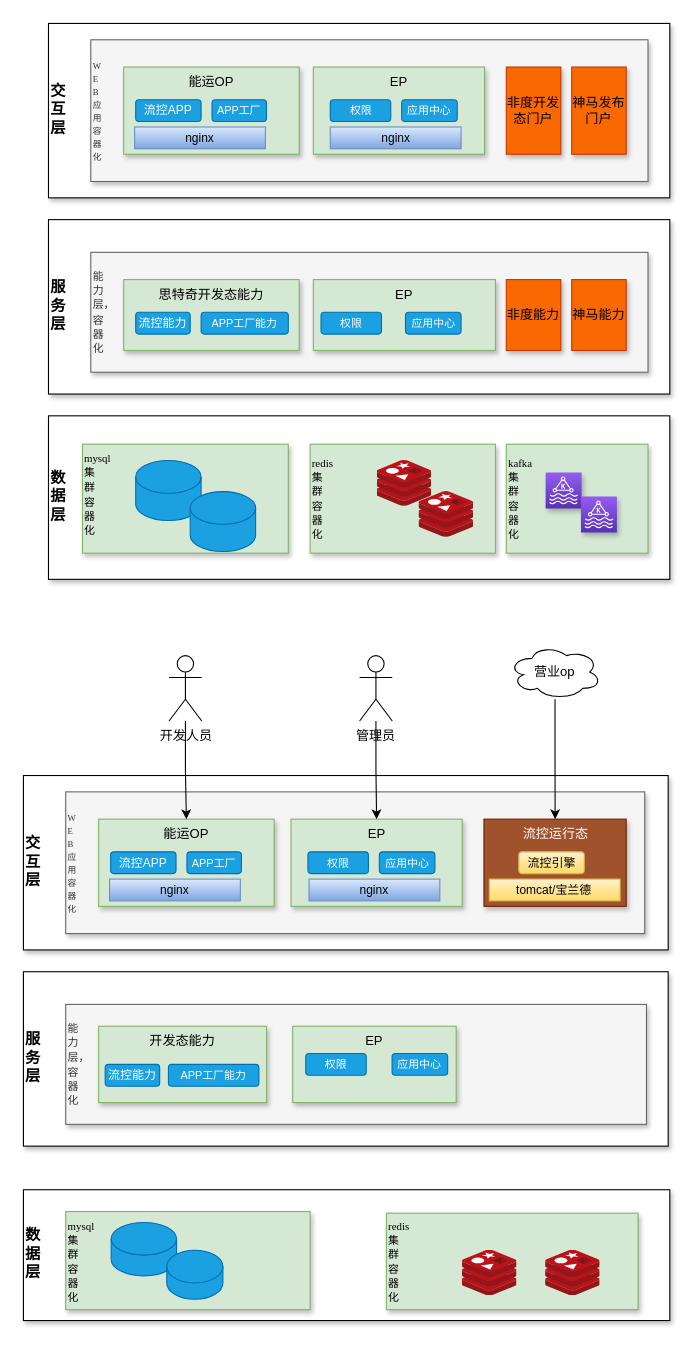
The draw.io diagram page "部署架构-12月底" (6 of 8) of 流控.drawio in qymmdj/draw-io, before the edit. Source tidied: cells renumbered, new cells numbered last; positions are measured from the earlier drawing's top-left corner, leaving out a move shared by most shapes. Both pictures are drawn from the tidied source at 109%, with x=0, y=0 at pixel (23, 23).
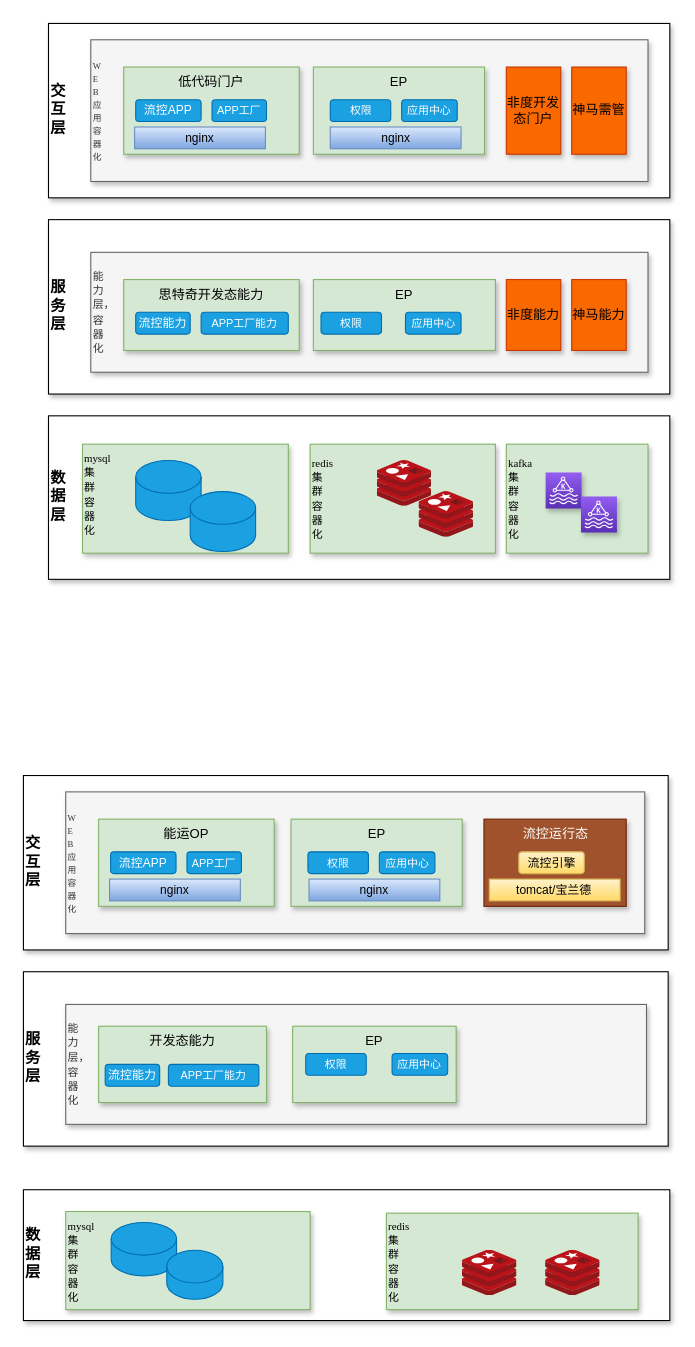
The same page after the edit.

Unchanged cells that the change refers to:
```xml
<mxCell id="38" value="EP" style="rounded=0;whiteSpace=wrap;html=1;verticalAlign=top;fillColor=#d5e8d4;strokeColor=#82b366;shadow=1;" parent="1" vertex="1">
  <mxGeometry x="245.5" y="730" width="157" height="80" as="geometry" />
</mxCell>
<mxCell id="39" value="能运OP" style="rounded=0;whiteSpace=wrap;html=1;verticalAlign=top;fillColor=#d5e8d4;strokeColor=#82b366;shadow=1;" parent="1" vertex="1">
  <mxGeometry x="69" y="730" width="161" height="80" as="geometry" />
</mxCell>
<mxCell id="61" value="流控运行态" style="rounded=0;whiteSpace=wrap;html=1;verticalAlign=top;fillColor=#a0522d;strokeColor=#6D1F00;shadow=1;fontColor=#ffffff;" parent="1" vertex="1">
  <mxGeometry x="422.5" y="730" width="130.5" height="80" as="geometry" />
</mxCell>
```

What changed in the source:
```diff
@@
-    <mxCell id="10" value="能运OP" style="rounded=0;whiteSpace=wrap;html=1;verticalAlign=top;fillColor=#d5e8d4;strokeColor=#82b366;shadow=1;" parent="1" vertex="1">
+    <mxCell id="10" value="低代码门户" style="rounded=0;whiteSpace=wrap;html=1;verticalAlign=top;fillColor=#d5e8d4;strokeColor=#82b366;shadow=1;" parent="1" vertex="1">
       <mxGeometry x="92" y="40" width="161" height="80" as="geometry" />
     </mxCell>
@@
-    <mxCell id="16" value="神马发布门户" style="rounded=0;whiteSpace=wrap;html=1;verticalAlign=middle;fillColor=#fa6800;fontColor=#000000;strokeColor=#C73500;shadow=1;" parent="1" vertex="1">
+    <mxCell id="16" value="神马需管" style="rounded=0;whiteSpace=wrap;html=1;verticalAlign=middle;fillColor=#fa6800;fontColor=#000000;strokeColor=#C73500;shadow=1;" parent="1" vertex="1">
       <mxGeometry x="503" y="40" width="50" height="80" as="geometry" />
     </mxCell>
@@
-    <mxCell id="59" style="edgeStyle=orthogonalEdgeStyle;rounded=0;jettySize=auto;html=1;" parent="1" edge="1" source="60" target="39">
-      <mxGeometry relative="1" as="geometry" />
-    </mxCell>
-    <mxCell id="60" value="开发人员" style="shape=umlActor;verticalLabelPosition=bottom;verticalAlign=top;html=1;outlineConnect=0;" parent="1" vertex="1">
-      <mxGeometry x="133.6" y="580" width="30" height="60" as="geometry" />
-    </mxCell>
@@
-    <mxCell id="64" style="edgeStyle=orthogonalEdgeStyle;rounded=0;jettySize=auto;html=1;" parent="1" edge="1" source="65" target="38">
-      <mxGeometry relative="1" as="geometry" />
-    </mxCell>
-    <mxCell id="65" value="管理员" style="shape=umlActor;verticalLabelPosition=bottom;verticalAlign=top;html=1;outlineConnect=0;" parent="1" vertex="1">
-      <mxGeometry x="308.4" y="580" width="30" height="60" as="geometry" />
-    </mxCell>
-    <mxCell id="66" style="edgeStyle=orthogonalEdgeStyle;rounded=0;jettySize=auto;html=1;" parent="1" edge="1" source="67" target="61">
-      <mxGeometry relative="1" as="geometry" />
-    </mxCell>
-    <mxCell id="67" value="营业op" style="ellipse;shape=cloud;whiteSpace=wrap;html=1;" parent="1" vertex="1">
-      <mxGeometry x="445.2" y="570" width="85" height="50" as="geometry" />
-    </mxCell>
```
